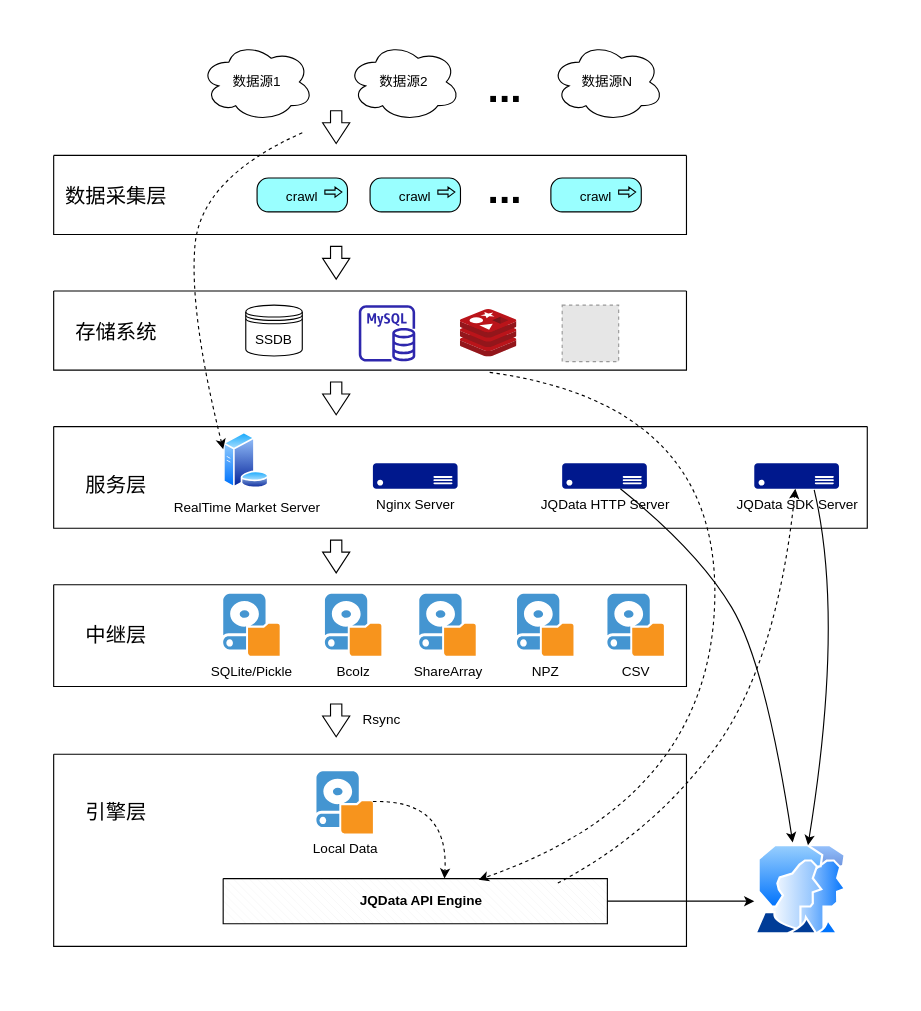
Before: 聚宽JQData数据架构设计.drawio in kuanghy/app-diagrams-repo, a draw.io diagram. Source tidied: cells renumbered, new cells numbered last; positions are measured from the earlier drawing's top-left corner, leaving out a move shared by most shapes. Both pictures are drawn from the tidied source at 113%, with x=0, y=0 at pixel (53, 42). Pictures stored in the file or linked from it are replaced by grey dashed boxes.
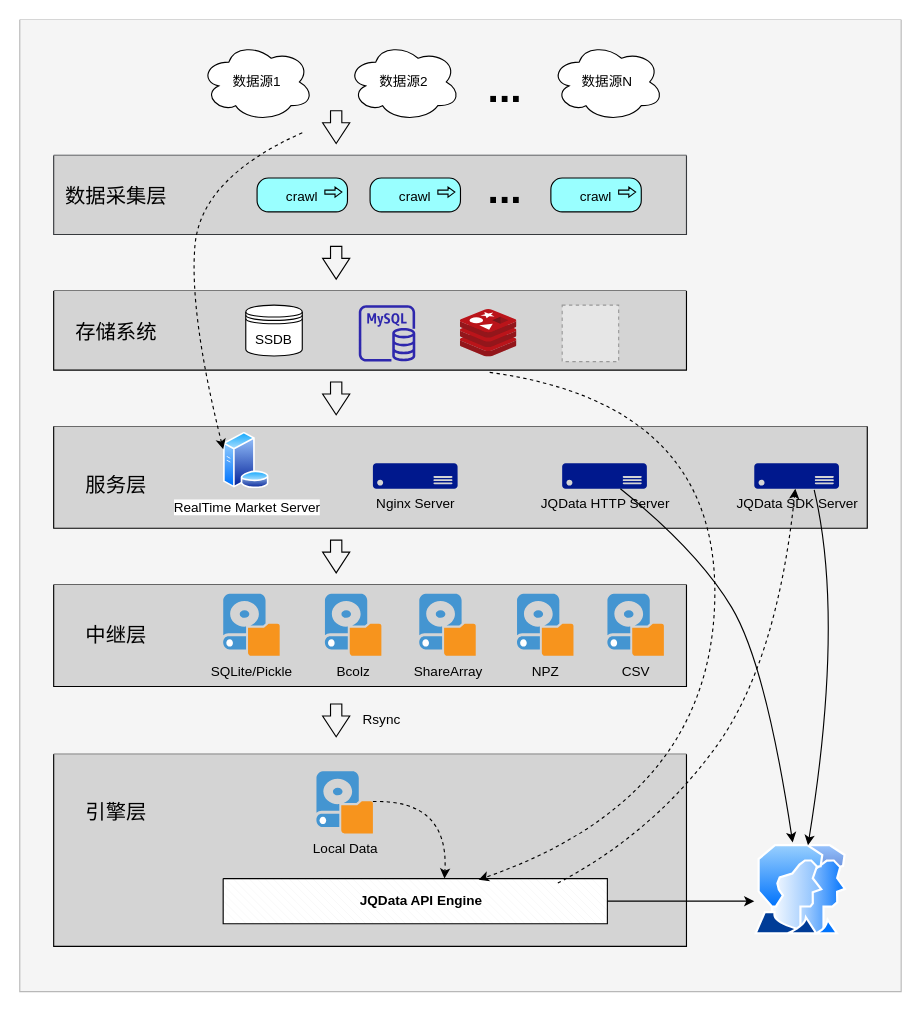
After the change.

Commit message (it also covers changes not shown here):
更新聚宽JQData数据架构设计.drawio

The edit, as a diff of the source:
```diff
@@
+    <mxCell id="50" style="swimlane;startSize=0;rounded=0;shadow=0;fillStyle=auto;strokeColor=#B8B8B8;fontSize=12;fillColor=#2B2B2B;gradientColor=#9E9E9E;swimlaneFillColor=#F5F5F5;" parent="1" vertex="1">
+      <mxGeometry x="-30" y="-20" width="780" height="860" as="geometry" />
+    </mxCell>
-    <mxCell id="2" style="swimlane;startSize=0;" parent="1" vertex="1">
+    <mxCell id="2" style="swimlane;startSize=0;fillColor=#2B2B2B;fillStyle=auto;shadow=0;rounded=0;swimlaneFillColor=#D4D4D4;strokeColor=#36393d;" parent="1" vertex="1">
       <mxGeometry y="100" width="560" height="70" as="geometry" />
     </mxCell>
@@
-    <mxCell id="8" style="swimlane;startSize=0;" parent="1" vertex="1">
+    <mxCell id="8" style="swimlane;startSize=0;swimlaneFillColor=#D4D4D4;gradientColor=default;" parent="1" vertex="1">
       <mxGeometry y="340" width="720" height="90" as="geometry" />
     </mxCell>
@@
-    <mxCell id="14" style="swimlane;startSize=0;" parent="1" vertex="1">
+    <mxCell id="14" style="swimlane;startSize=0;gradientColor=default;swimlaneFillColor=#D4D4D4;" parent="1" vertex="1">
       <mxGeometry y="480" width="560" height="90" as="geometry" />
     </mxCell>
@@
-    <mxCell id="21" style="swimlane;startSize=0;" parent="1" vertex="1">
+    <mxCell id="21" style="swimlane;startSize=0;gradientColor=default;swimlaneFillColor=#D4D4D4;" parent="1" vertex="1">
       <mxGeometry y="630" width="560" height="170" as="geometry" />
     </mxCell>
@@
-    <mxCell id="32" style="swimlane;startSize=0;" parent="1" vertex="1">
+    <mxCell id="32" style="swimlane;startSize=0;swimlaneFillColor=#D4D4D4;gradientColor=default;" parent="1" vertex="1">
       <mxGeometry y="220" width="560" height="70" as="geometry" />
     </mxCell>
```
